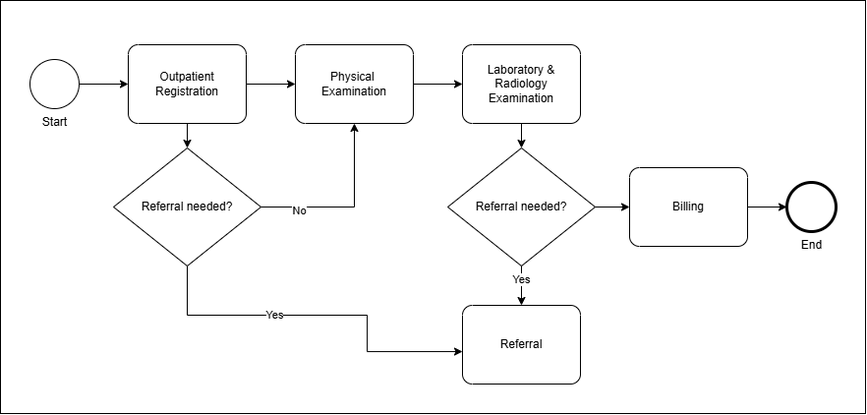
The draw.io diagram input/l2/Authoring IG drawio.png in hi-dinanti/anc-ig-pwskia, before a commit. Source tidied: cells renumbered, new cells last; positions are measured from the earlier drawing's top-left corner, leaving out a move shared by most shapes.
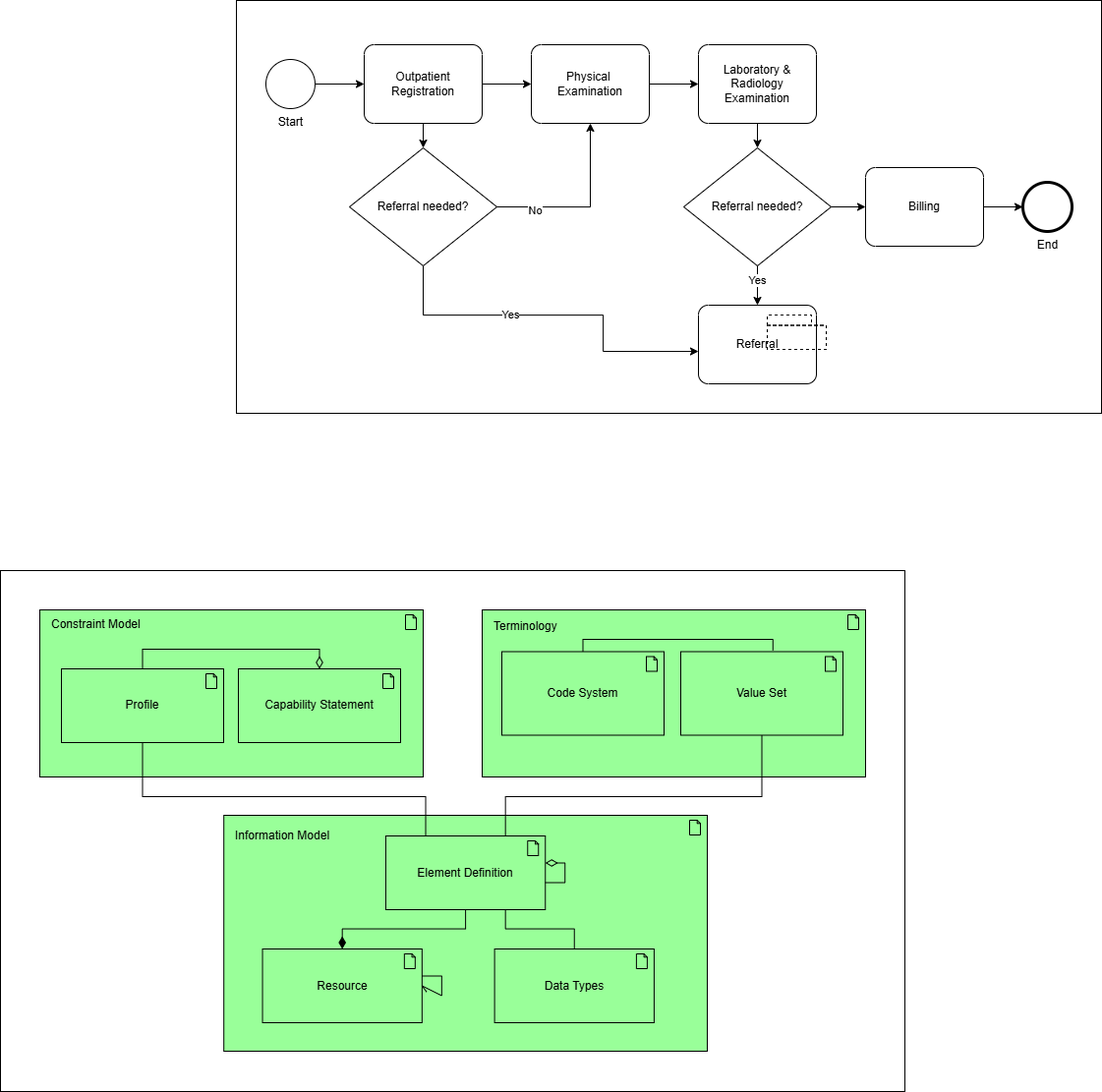
Later version of the same file.

Commit message:
added fhir decomposition archimate 3.2

Change to the diagram source:
```diff
@@ -81,5 +81,105 @@
     <mxCell id="25" style="edgeStyle=orthogonalEdgeStyle;rounded=0;jettySize=auto;html=1;exitX=1;exitY=0.5;exitDx=0;exitDy=0;entryX=0;entryY=0.5;entryDx=0;entryDy=0;entryPerimeter=0;" parent="2" edge="1" source="9" target="12">
       <mxGeometry relative="1" as="geometry" />
     </mxCell>
+    <mxCell id="26" style="html=1;whiteSpace=wrap;shape=mxgraph.archimate3.grouping;fillColor=none;dashed=1;" parent="1" vertex="1">
+      <mxGeometry x="540" y="320" width="60" height="35" as="geometry" />
+    </mxCell>
+    <mxCell id="27" style="html=1;whiteSpace=wrap;shape=mxgraph.archimate3.grouping;fillColor=none;dashed=1;" parent="1" vertex="1">
+      <mxGeometry x="540" y="320" width="60" height="35" as="geometry" />
+    </mxCell>
+    <mxCell id="28" style="group;" parent="1" vertex="1">
+      <mxGeometry x="-240" y="580" width="920" height="530" as="geometry" />
+    </mxCell>
+    <mxCell id="29" style="rounded=0;whiteSpace=wrap;html=1;" parent="28" vertex="1">
+      <mxGeometry width="920" height="530" as="geometry" />
+    </mxCell>
+    <mxCell id="30" style="group;" parent="28" vertex="1">
+      <mxGeometry x="40" y="60" width="390" height="150" as="geometry" />
+    </mxCell>
+    <mxCell id="31" style="html=1;whiteSpace=wrap;fillColor=#99ff99;shape=mxgraph.archimate.application;appType=artifact;" parent="30" vertex="1">
+      <mxGeometry y="-20" width="390" height="170" as="geometry" />
+    </mxCell>
+    <mxCell id="32" value="Capability Statement" style="html=1;outlineConnect=0;whiteSpace=wrap;fillColor=#99ff99;shape=mxgraph.archimate.application;appType=artifact;" parent="30" vertex="1">
+      <mxGeometry x="202" y="40" width="165" height="75" as="geometry" />
+    </mxCell>
+    <mxCell id="33" value="Profile" style="html=1;outlineConnect=0;whiteSpace=wrap;fillColor=#99ff99;shape=mxgraph.archimate.application;appType=artifact;" parent="30" vertex="1">
+      <mxGeometry x="22" y="40" width="165" height="75" as="geometry" />
+    </mxCell>
+    <mxCell id="34" style="html=1;startArrow=diamondThin;startFill=0;edgeStyle=elbowEdgeStyle;elbow=vertical;startSize=10;endArrow=none;endFill=0;rounded=0;entryX=0.5;entryY=0;entryDx=0;entryDy=0;entryPerimeter=0;" parent="30" edge="1" source="32" target="33">
+      <mxGeometry relative="1" as="geometry">
+        <Array as="points">
+          <mxPoint x="200" y="20" />
+        </Array>
+      </mxGeometry>
+    </mxCell>
+    <mxCell id="35" style="group;" parent="28" vertex="1">
+      <mxGeometry x="490" y="40" width="390" height="170" as="geometry" />
+    </mxCell>
+    <mxCell id="36" style="html=1;whiteSpace=wrap;fillColor=#99ff99;shape=mxgraph.archimate.application;appType=artifact;" parent="35" vertex="1">
+      <mxGeometry width="390" height="170" as="geometry" />
+    </mxCell>
+    <mxCell id="37" value="Terminology" style="text;html=1;align=left;verticalAlign=middle;whiteSpace=wrap;rounded=0;" parent="35" vertex="1">
+      <mxGeometry x="10" width="380" height="34" as="geometry" />
+    </mxCell>
+    <mxCell id="38" value="Code System" style="html=1;outlineConnect=0;whiteSpace=wrap;fillColor=#99ff99;shape=mxgraph.archimate.application;appType=artifact;" parent="35" vertex="1">
+      <mxGeometry x="20" y="42.5" width="165" height="85" as="geometry" />
+    </mxCell>
+    <mxCell id="39" value="Value Set" style="html=1;outlineConnect=0;whiteSpace=wrap;fillColor=#99ff99;shape=mxgraph.archimate.application;appType=artifact;" parent="35" vertex="1">
+      <mxGeometry x="202" y="42.5" width="165" height="85" as="geometry" />
+    </mxCell>
+    <mxCell id="40" style="edgeStyle=elbowEdgeStyle;html=1;endArrow=none;elbow=vertical;rounded=0;exitX=0.5;exitY=0;exitDx=0;exitDy=0;exitPerimeter=0;entryX=0.752;entryY=1.21;entryDx=0;entryDy=0;entryPerimeter=0;" parent="35" edge="1" source="38" target="37">
+      <mxGeometry relative="1" as="geometry">
+        <Array as="points">
+          <mxPoint x="200" y="30" />
+        </Array>
+      </mxGeometry>
+    </mxCell>
+    <mxCell id="41" style="group;" parent="28" vertex="1">
+      <mxGeometry x="160" y="249" width="600" height="240" as="geometry" />
+    </mxCell>
+    <mxCell id="42" style="html=1;whiteSpace=wrap;fillColor=#99ff99;shape=mxgraph.archimate.application;appType=artifact;" parent="41" vertex="1">
+      <mxGeometry x="67.2" width="491.8" height="240" as="geometry" />
+    </mxCell>
+    <mxCell id="43" value="Information Model" style="text;html=1;align=left;verticalAlign=middle;whiteSpace=wrap;rounded=0;" parent="41" vertex="1">
+      <mxGeometry x="77" width="373.8" height="42.2" as="geometry" />
+    </mxCell>
+    <mxCell id="44" value="Element Definition" style="html=1;outlineConnect=0;whiteSpace=wrap;fillColor=#99ff99;shape=mxgraph.archimate.application;appType=artifact;" parent="41" vertex="1">
+      <mxGeometry x="232" y="21" width="162.3" height="75" as="geometry" />
+    </mxCell>
+    <mxCell id="45" value="Resource" style="html=1;outlineConnect=0;whiteSpace=wrap;fillColor=#99ff99;shape=mxgraph.archimate.application;appType=artifact;" parent="41" vertex="1">
+      <mxGeometry x="106.5" y="136" width="162.3" height="75" as="geometry" />
+    </mxCell>
+    <mxCell id="46" value="Data Types" style="html=1;outlineConnect=0;whiteSpace=wrap;fillColor=#99ff99;shape=mxgraph.archimate.application;appType=artifact;" parent="41" vertex="1">
+      <mxGeometry x="342.6" y="136" width="162.3" height="75" as="geometry" />
+    </mxCell>
+    <mxCell id="47" style="html=1;startArrow=diamondThin;startFill=1;edgeStyle=elbowEdgeStyle;elbow=vertical;startSize=10;endArrow=none;endFill=0;rounded=0;" parent="41" edge="1" source="45" target="44">
+      <mxGeometry relative="1" as="geometry" />
+    </mxCell>
+    <mxCell id="48" style="html=1;startArrow=diamondThin;startFill=0;edgeStyle=elbowEdgeStyle;elbow=vertical;startSize=10;endArrow=none;endFill=0;rounded=0;" parent="41" edge="1" source="44" target="44">
+      <mxGeometry relative="1" as="geometry" />
+    </mxCell>
+    <mxCell id="49" style="edgeStyle=elbowEdgeStyle;html=1;endArrow=none;elbow=vertical;rounded=0;exitX=0.75;exitY=1;exitDx=0;exitDy=0;exitPerimeter=0;entryX=0.5;entryY=0;entryDx=0;entryDy=0;entryPerimeter=0;" parent="41" edge="1" source="44" target="46">
+      <mxGeometry relative="1" as="geometry" />
+    </mxCell>
+    <mxCell id="50" style="edgeStyle=elbowEdgeStyle;html=1;endArrow=openAsync;elbow=vertical;rounded=0;endFill=0;entryX=1;entryY=0.5;entryDx=0;entryDy=0;entryPerimeter=0;" parent="41" edge="1" source="45" target="45">
+      <mxGeometry relative="1" as="geometry" />
+    </mxCell>
+    <mxCell id="51" value="Constraint Model" style="text;html=1;align=left;verticalAlign=middle;whiteSpace=wrap;rounded=0;" parent="28" vertex="1">
+      <mxGeometry x="50" y="40" width="380" height="30" as="geometry" />
+    </mxCell>
+    <mxCell id="52" style="edgeStyle=elbowEdgeStyle;html=1;endArrow=none;elbow=vertical;rounded=0;entryX=0.75;entryY=0;entryDx=0;entryDy=0;entryPerimeter=0;" parent="28" edge="1" source="39" target="44">
+      <mxGeometry relative="1" as="geometry">
+        <Array as="points">
+          <mxPoint x="650" y="230" />
+        </Array>
+      </mxGeometry>
+    </mxCell>
+    <mxCell id="53" style="edgeStyle=elbowEdgeStyle;html=1;endArrow=none;elbow=vertical;rounded=0;exitX=0.5;exitY=1;exitDx=0;exitDy=0;exitPerimeter=0;entryX=0.25;entryY=0;entryDx=0;entryDy=0;entryPerimeter=0;" parent="28" edge="1" source="33" target="44">
+      <mxGeometry relative="1" as="geometry">
+        <Array as="points">
+          <mxPoint x="320" y="230" />
+        </Array>
+      </mxGeometry>
+    </mxCell>
   </root>
 </mxGraphModel>
```
